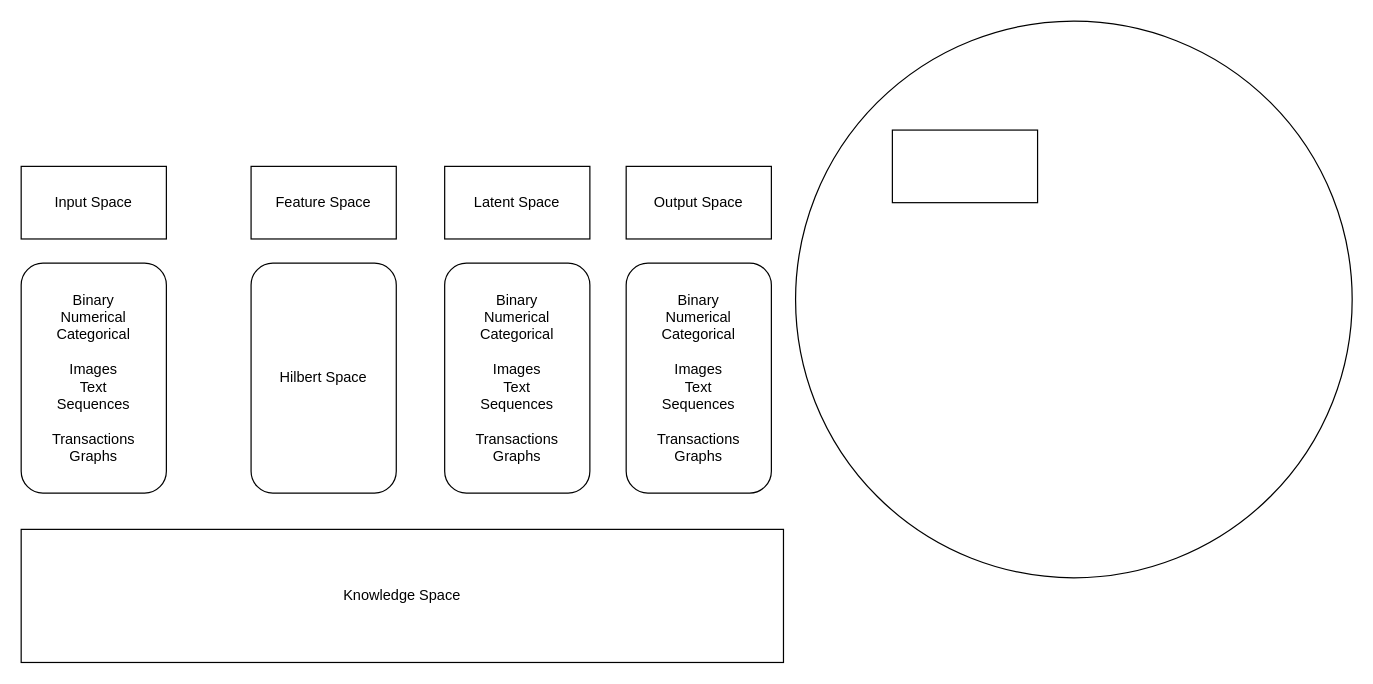
This is spaces.drawio from lilaims/MsDS, a draw.io file, before an edit. Source tidied: cells renumbered, new cells numbered last; positions are measured from the earlier drawing's top-left corner, leaving out a move shared by most shapes. Both pictures are drawn from the tidied source at 121%, with x=0, y=0 at pixel (21, 21).
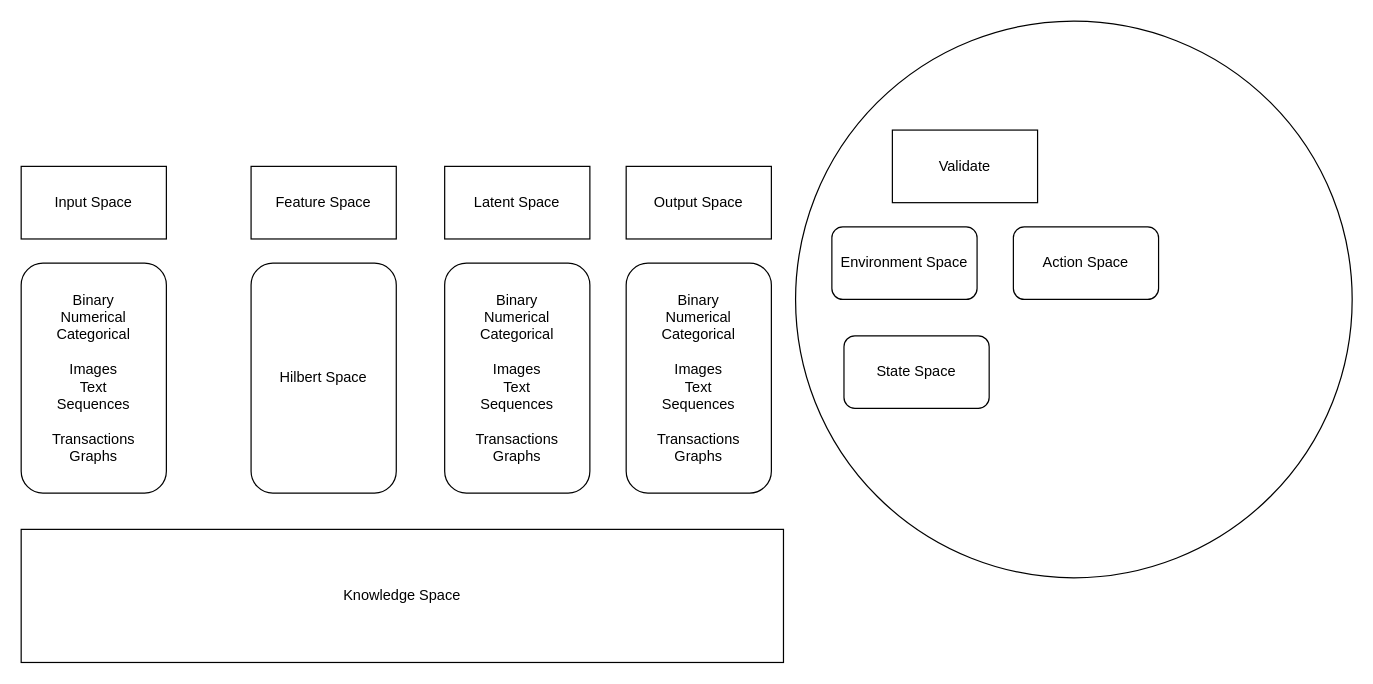
Above is the later version.

What changed in the source:
```diff
@@
 <mxGraphModel>
   <root>
     <mxCell id="0" />
     <mxCell id="1" parent="0" />
     <mxCell id="2" value="Input Space" style="rounded=0;whiteSpace=wrap;html=1;" parent="1" vertex="1">
       <mxGeometry y="120" width="120" height="60" as="geometry" />
     </mxCell>
     <mxCell id="3" value="Binary&lt;br&gt;Numerical&lt;br&gt;Categorical&lt;br&gt;&lt;br&gt;Images&lt;br&gt;Text&lt;br&gt;Sequences&lt;br&gt;&lt;br&gt;Transactions&lt;br&gt;Graphs" style="rounded=1;whiteSpace=wrap;html=1;" parent="1" vertex="1">
       <mxGeometry y="200" width="120" height="190" as="geometry" />
     </mxCell>
     <mxCell id="4" value="Feature Space" style="rounded=0;whiteSpace=wrap;html=1;" parent="1" vertex="1">
       <mxGeometry x="190" y="120" width="120" height="60" as="geometry" />
     </mxCell>
     <mxCell id="5" value="Hilbert Space" style="rounded=1;whiteSpace=wrap;html=1;" parent="1" vertex="1">
       <mxGeometry x="190" y="200" width="120" height="190" as="geometry" />
     </mxCell>
     <mxCell id="6" value="Latent Space" style="rounded=0;whiteSpace=wrap;html=1;" parent="1" vertex="1">
       <mxGeometry x="350" y="120" width="120" height="60" as="geometry" />
     </mxCell>
     <mxCell id="7" value="Binary&lt;br&gt;Numerical&lt;br&gt;Categorical&lt;br&gt;&lt;br&gt;Images&lt;br&gt;Text&lt;br&gt;Sequences&lt;br&gt;&lt;br&gt;Transactions&lt;br&gt;Graphs" style="rounded=1;whiteSpace=wrap;html=1;" parent="1" vertex="1">
       <mxGeometry x="350" y="200" width="120" height="190" as="geometry" />
     </mxCell>
     <mxCell id="8" value="Output Space" style="rounded=0;whiteSpace=wrap;html=1;" parent="1" vertex="1">
       <mxGeometry x="500" y="120" width="120" height="60" as="geometry" />
     </mxCell>
     <mxCell id="9" value="Binary&lt;br&gt;Numerical&lt;br&gt;Categorical&lt;br&gt;&lt;br&gt;Images&lt;br&gt;Text&lt;br&gt;Sequences&lt;br&gt;&lt;br&gt;Transactions&lt;br&gt;Graphs" style="rounded=1;whiteSpace=wrap;html=1;" parent="1" vertex="1">
       <mxGeometry x="500" y="200" width="120" height="190" as="geometry" />
     </mxCell>
     <mxCell id="10" style="ellipse;whiteSpace=wrap;html=1;" parent="1" vertex="1">
       <mxGeometry x="640" width="460" height="460" as="geometry" />
     </mxCell>
-    <mxCell id="11" style="rounded=0;whiteSpace=wrap;html=1;" parent="1" vertex="1">
+    <mxCell id="11" value="Validate" style="rounded=0;whiteSpace=wrap;html=1;" parent="1" vertex="1">
       <mxGeometry x="720" y="90" width="120" height="60" as="geometry" />
     </mxCell>
     <mxCell id="12" value="Knowledge Space" style="rounded=0;whiteSpace=wrap;html=1;" parent="1" vertex="1">
       <mxGeometry y="420" width="630" height="110" as="geometry" />
     </mxCell>
+    <mxCell id="13" value="State Space" style="rounded=1;whiteSpace=wrap;html=1;" parent="1" vertex="1">
+      <mxGeometry x="680" y="260" width="120" height="60" as="geometry" />
+    </mxCell>
+    <mxCell id="14" value="Environment Space" style="rounded=1;whiteSpace=wrap;html=1;" parent="1" vertex="1">
+      <mxGeometry x="670" y="170" width="120" height="60" as="geometry" />
+    </mxCell>
+    <mxCell id="15" value="Action Space" style="rounded=1;whiteSpace=wrap;html=1;" parent="1" vertex="1">
+      <mxGeometry x="820" y="170" width="120" height="60" as="geometry" />
+    </mxCell>
   </root>
 </mxGraphModel>
```
